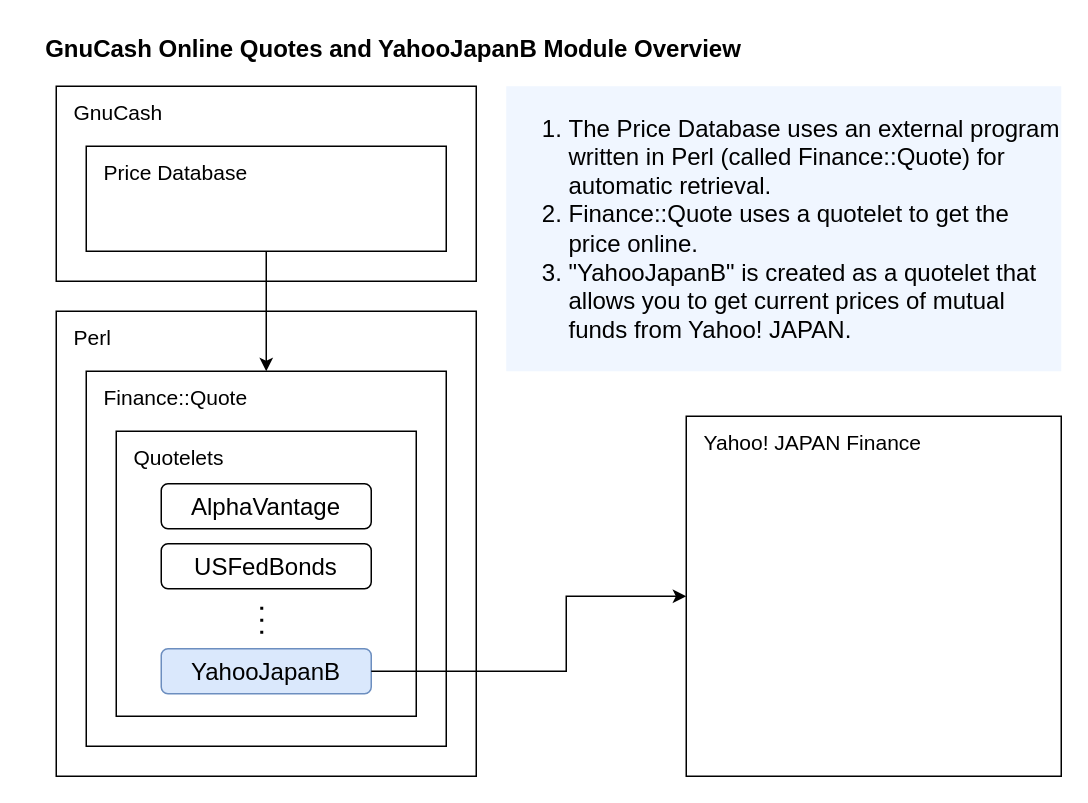
Earlier version of the draw.io diagram images/finance-quote.drawio (kthub/yahoo-japan-quotelet). Source tidied: cells renumbered, new cells numbered last; positions are measured from the earlier drawing's top-left corner, leaving out a move shared by most shapes. Both pictures are drawn from the tidied source at 150%, with x=0, y=0 at pixel (26, 26).
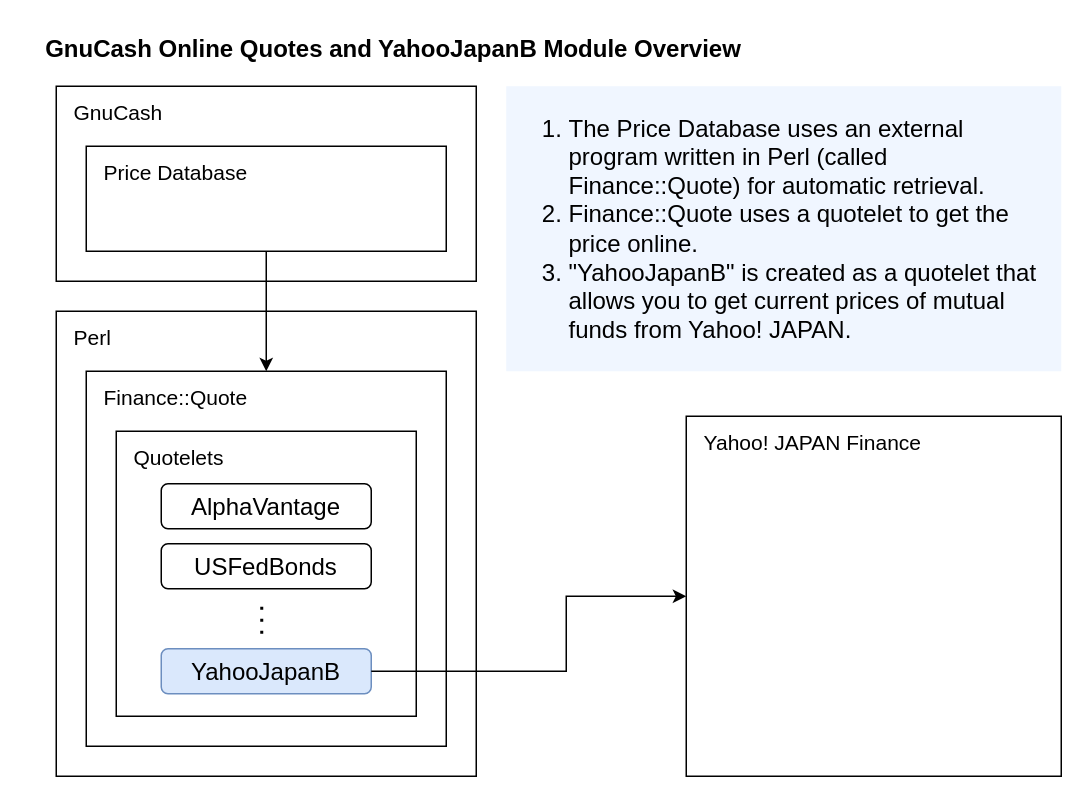
After the change.

Diff of the diagram source:
```diff
@@
 <mxGraphModel>
   <root>
     <mxCell id="0" />
     <mxCell id="1" parent="0" />
     <mxCell id="2" value="&lt;b style=&quot;&quot;&gt;&lt;font style=&quot;font-size: 16px;&quot;&gt;GnuCash Online Quotes and YahooJapanB Module Overview&lt;/font&gt;&lt;/b&gt;" style="text;html=1;strokeColor=none;fillColor=none;align=center;verticalAlign=middle;whiteSpace=wrap;rounded=0;fontSize=15;" parent="1" vertex="1">
       <mxGeometry width="490" height="30" as="geometry" />
     </mxCell>
     <mxCell id="3" value="&lt;p style=&quot;line-height: 150%;&quot;&gt;&lt;span style=&quot;background-color: initial;&quot;&gt;&lt;font style=&quot;font-size: 14px;&quot;&gt;GnuCash&lt;/font&gt;&lt;/span&gt;&lt;/p&gt;" style="rounded=0;whiteSpace=wrap;html=1;fillColor=none;align=left;verticalAlign=top;spacingLeft=10;spacing=2;spacingTop=-10;" parent="1" vertex="1">
       <mxGeometry x="20" y="40" width="280" height="130" as="geometry" />
     </mxCell>
     <mxCell id="4" style="edgeStyle=orthogonalEdgeStyle;rounded=0;jettySize=auto;html=1;exitX=0.5;exitY=1;exitDx=0;exitDy=0;fontSize=16;" parent="1" edge="1" source="5" target="8">
       <mxGeometry relative="1" as="geometry" />
     </mxCell>
     <mxCell id="5" value="&lt;p style=&quot;line-height: 150%;&quot;&gt;&lt;span style=&quot;background-color: initial;&quot;&gt;&lt;font style=&quot;font-size: 14px;&quot;&gt;Price Database&lt;/font&gt;&lt;/span&gt;&lt;/p&gt;" style="rounded=0;whiteSpace=wrap;html=1;fillColor=none;align=left;verticalAlign=top;spacingLeft=10;spacing=2;spacingTop=-10;" parent="1" vertex="1">
       <mxGeometry x="40" y="80" width="240" height="70" as="geometry" />
     </mxCell>
     <mxCell id="6" style="edgeStyle=orthogonalEdgeStyle;rounded=0;orthogonalLoop=1;jettySize=auto;html=1;exitX=0.5;exitY=1;exitDx=0;exitDy=0;fontSize=16;" parent="1" edge="1" source="3" target="3">
       <mxGeometry relative="1" as="geometry" />
     </mxCell>
     <mxCell id="7" value="&lt;p style=&quot;line-height: 150%;&quot;&gt;&lt;span style=&quot;background-color: initial;&quot;&gt;&lt;font style=&quot;font-size: 14px;&quot;&gt;Perl&lt;/font&gt;&lt;/span&gt;&lt;/p&gt;" style="rounded=0;whiteSpace=wrap;html=1;fillColor=none;align=left;verticalAlign=top;spacingLeft=10;spacing=2;spacingTop=-10;" parent="1" vertex="1">
       <mxGeometry x="20" y="190" width="280" height="310" as="geometry" />
     </mxCell>
     <mxCell id="8" value="&lt;p style=&quot;line-height: 150%;&quot;&gt;&lt;span style=&quot;background-color: initial;&quot;&gt;&lt;font style=&quot;font-size: 14px;&quot;&gt;Finance::Quote&lt;/font&gt;&lt;/span&gt;&lt;/p&gt;" style="rounded=0;whiteSpace=wrap;html=1;fillColor=none;align=left;verticalAlign=top;spacingLeft=10;spacing=2;spacingTop=-10;" parent="1" vertex="1">
       <mxGeometry x="40" y="230" width="240" height="250" as="geometry" />
     </mxCell>
     <mxCell id="9" value="&lt;p style=&quot;line-height: 150%;&quot;&gt;&lt;span style=&quot;background-color: initial;&quot;&gt;&lt;font style=&quot;font-size: 14px;&quot;&gt;Quotelets&lt;/font&gt;&lt;/span&gt;&lt;/p&gt;" style="rounded=0;whiteSpace=wrap;html=1;fillColor=none;align=left;verticalAlign=top;spacingLeft=10;spacing=2;spacingTop=-10;" parent="1" vertex="1">
       <mxGeometry x="60" y="270" width="200" height="190" as="geometry" />
     </mxCell>
     <mxCell id="10" value="AlphaVantage" style="rounded=1;whiteSpace=wrap;html=1;fontSize=16;fillColor=none;" parent="1" vertex="1">
       <mxGeometry x="90" y="305" width="140" height="30" as="geometry" />
     </mxCell>
     <mxCell id="11" value="USFedBonds" style="rounded=1;whiteSpace=wrap;html=1;fontSize=16;fillColor=none;" parent="1" vertex="1">
       <mxGeometry x="90" y="345" width="140" height="30" as="geometry" />
     </mxCell>
     <mxCell id="12" style="endArrow=none;dashed=1;html=1;dashPattern=1 3;strokeWidth=2;rounded=0;fontSize=16;" parent="1" edge="1">
       <mxGeometry relative="1" as="geometry">
         <mxPoint x="157" y="405" as="sourcePoint" />
         <mxPoint x="157" y="381" as="targetPoint" />
       </mxGeometry>
     </mxCell>
     <mxCell id="13" value="YahooJapanB" style="rounded=1;whiteSpace=wrap;html=1;fontSize=16;fillColor=#dae8fc;strokeColor=#6c8ebf;" parent="1" vertex="1">
       <mxGeometry x="90" y="415" width="140" height="30" as="geometry" />
     </mxCell>
     <mxCell id="14" value="&lt;p style=&quot;line-height: 150%;&quot;&gt;&lt;span style=&quot;background-color: initial;&quot;&gt;&lt;font style=&quot;font-size: 14px;&quot;&gt;Yahoo! JAPAN Finance&lt;/font&gt;&lt;/span&gt;&lt;/p&gt;" style="rounded=0;whiteSpace=wrap;html=1;fillColor=none;align=left;verticalAlign=top;spacingLeft=10;spacing=2;spacingTop=-10;" parent="1" vertex="1">
       <mxGeometry x="440" y="260" width="250" height="240" as="geometry" />
     </mxCell>
     <mxCell id="15" style="endArrow=classic;html=1;rounded=0;fontSize=16;exitX=1;exitY=0.5;exitDx=0;exitDy=0;entryX=0;entryY=0.5;entryDx=0;entryDy=0;" parent="1" edge="1" source="13" target="14">
       <mxGeometry relative="1" as="geometry">
         <Array as="points">
           <mxPoint x="360" y="430" />
           <mxPoint x="360" y="380" />
         </Array>
       </mxGeometry>
     </mxCell>
-    <mxCell id="16" value="&lt;ol&gt;&lt;li&gt;The Price Database uses an external program written in Perl (called Finance::Quote) for automatic retrieval.&lt;/li&gt;&lt;li&gt;Finance::Quote uses a quotelet to get the price online.&lt;/li&gt;&lt;li&gt;&quot;YahooJapanB&quot; is created as a quotelet that allows you to get current prices of mutual funds from Yahoo! JAPAN.&lt;/li&gt;&lt;/ol&gt;" style="text;strokeColor=none;fillColor=#F0F6FF;html=1;whiteSpace=wrap;verticalAlign=middle;overflow=hidden;fontSize=16;" parent="1" vertex="1">
+    <mxCell id="16" value="&lt;ol&gt;&lt;li&gt;The Price Database uses an external program written in Perl (called Finance::Quote) for automatic retrieval.&lt;/li&gt;&lt;li&gt;Finance::Quote uses a quotelet to get the price online.&lt;/li&gt;&lt;li&gt;&quot;YahooJapanB&quot; is created as a quotelet that allows you to get current prices of mutual funds from Yahoo! JAPAN.&lt;/li&gt;&lt;/ol&gt;" style="text;strokeColor=none;fillColor=#F0F6FF;html=1;whiteSpace=wrap;verticalAlign=middle;overflow=hidden;fontSize=16;spacingLeft=0;spacingRight=3;" parent="1" vertex="1">
       <mxGeometry x="320" y="40" width="370" height="190" as="geometry" />
     </mxCell>
   </root>
 </mxGraphModel>
```
